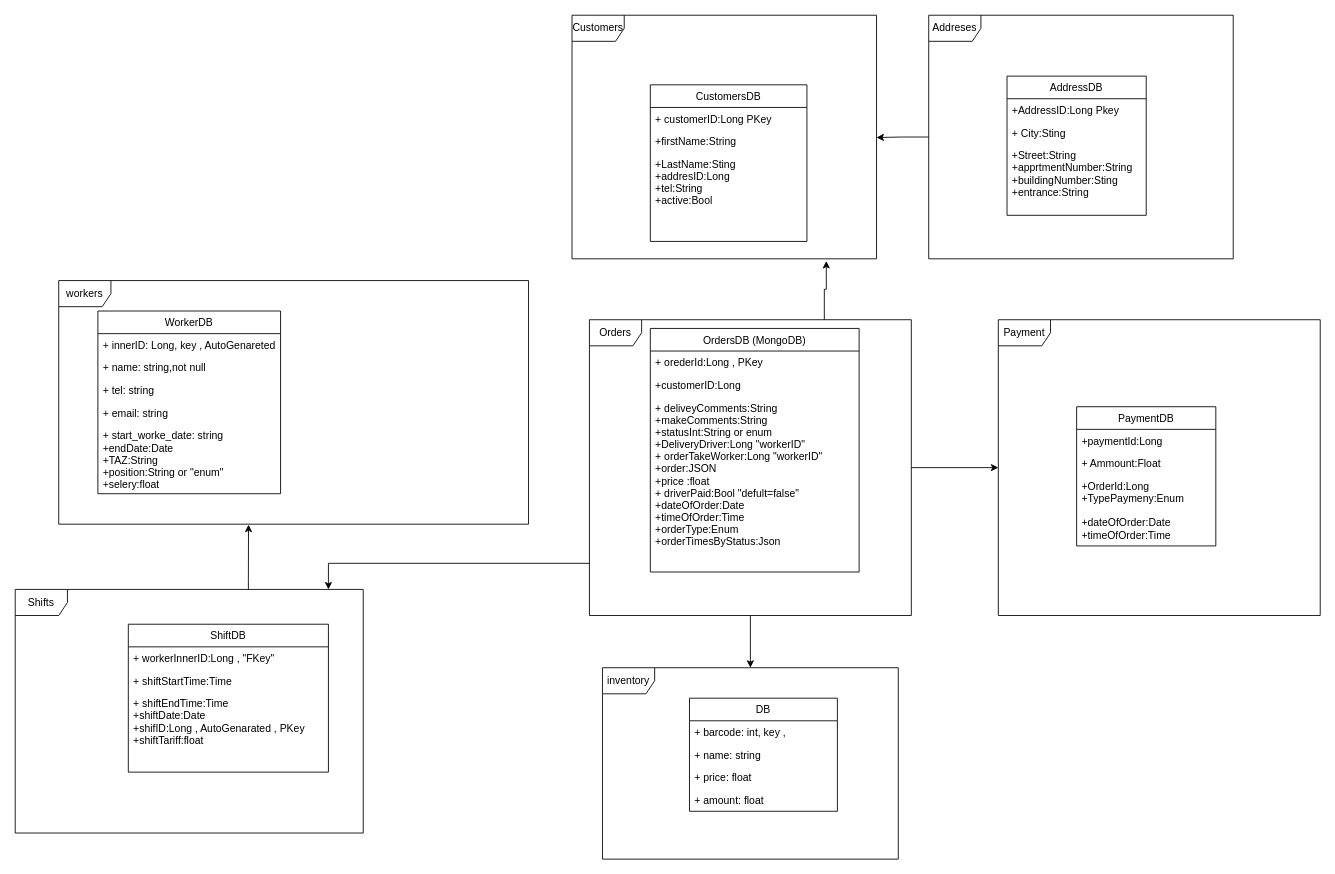
The draw.io diagram DBUML.drawio in ddenis1994/Food-Delivery, before the edit. Source tidied: cells renumbered, new cells numbered last; positions are measured from the earlier drawing's top-left corner, leaving out a move shared by most shapes. Both pictures are drawn from the tidied source at 87%, with x=0, y=0 at pixel (15, 15).
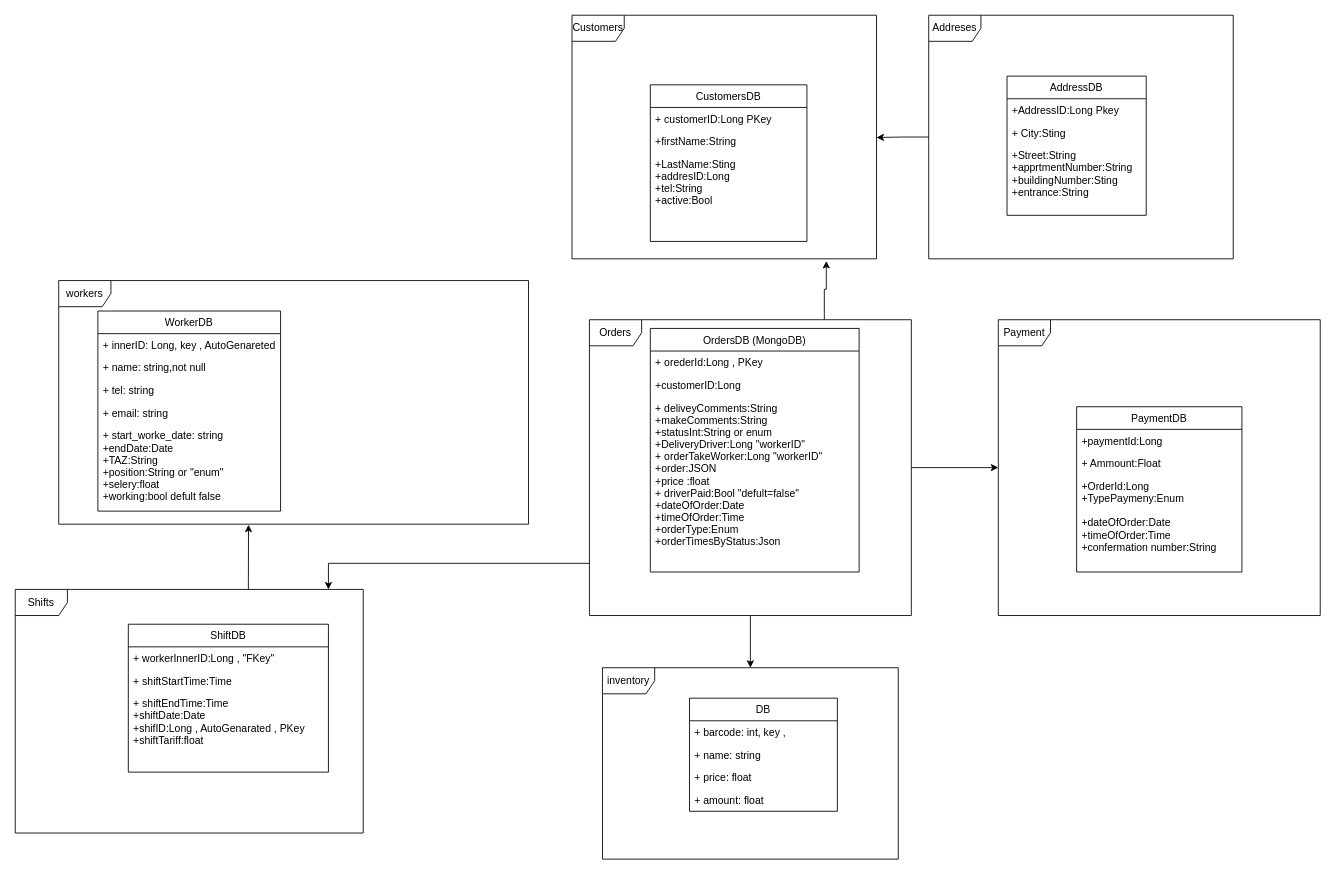
The same page after the edit.

What changed in the source:
```diff
@@
     <mxCell id="31" value="PaymentDB" style="swimlane;fontStyle=0;horizontal=1;startSize=26;fillColor=none;" parent="1" vertex="1">
-      <mxGeometry x="1220" y="450" width="160" height="160" as="geometry" />
+      <mxGeometry x="1220" y="450" width="190" height="190" as="geometry" />
     </mxCell>
     <mxCell id="32" value="+paymentId:Long" style="text;strokeColor=none;fillColor=none;align=left;verticalAlign=top;spacingLeft=4;spacingRight=4;overflow=hidden;" parent="31" vertex="1">
-      <mxGeometry y="26" width="160" height="26" as="geometry" />
+      <mxGeometry y="26" width="190" height="26" as="geometry" />
     </mxCell>
     <mxCell id="33" value="+ Ammount:Float" style="text;strokeColor=none;fillColor=none;align=left;verticalAlign=top;spacingLeft=4;spacingRight=4;overflow=hidden;" parent="31" vertex="1">
-      <mxGeometry y="52" width="160" height="26" as="geometry" />
+      <mxGeometry y="52" width="190" height="26" as="geometry" />
     </mxCell>
-    <mxCell id="34" value="+OrderId:Long&#10;+TypePaymeny:Enum&#10;&#10;+dateOfOrder:Date&#10;+timeOfOrder:Time&#10;" style="text;strokeColor=none;fillColor=none;align=left;verticalAlign=top;spacingLeft=4;spacingRight=4;overflow=hidden;" parent="31" vertex="1">
-      <mxGeometry y="78" width="160" height="82" as="geometry" />
+    <mxCell id="34" value="+OrderId:Long&#10;+TypePaymeny:Enum&#10;&#10;+dateOfOrder:Date&#10;+timeOfOrder:Time&#10;+confermation number:String&#10;" style="text;strokeColor=none;fillColor=none;align=left;verticalAlign=top;spacingLeft=4;spacingRight=4;overflow=hidden;" parent="31" vertex="1">
+      <mxGeometry y="78" width="190" height="112" as="geometry" />
     </mxCell>
     <mxCell id="35" value="WorkerDB" style="swimlane;fontStyle=0;horizontal=1;startSize=26;fillColor=none;fontSize=12;" parent="1" vertex="1">
-      <mxGeometry x="95" y="340" width="210" height="210" as="geometry" />
+      <mxGeometry x="95" y="340" width="210" height="230" as="geometry" />
     </mxCell>
@@
-    <mxCell id="40" value="+ start_worke_date: string&#10;+endDate:Date&#10;+TAZ:String&#10;+position:String or &quot;enum&quot;&#10;+selery:float" style="text;strokeColor=none;fillColor=none;align=left;verticalAlign=top;spacingLeft=4;spacingRight=4;overflow=hidden;" parent="35" vertex="1">
-      <mxGeometry y="130" width="210" height="80" as="geometry" />
+    <mxCell id="40" value="+ start_worke_date: string&#10;+endDate:Date&#10;+TAZ:String&#10;+position:String or &quot;enum&quot;&#10;+selery:float&#10;+working:bool defult false" style="text;strokeColor=none;fillColor=none;align=left;verticalAlign=top;spacingLeft=4;spacingRight=4;overflow=hidden;" parent="35" vertex="1">
+      <mxGeometry y="130" width="210" height="100" as="geometry" />
     </mxCell>
```
